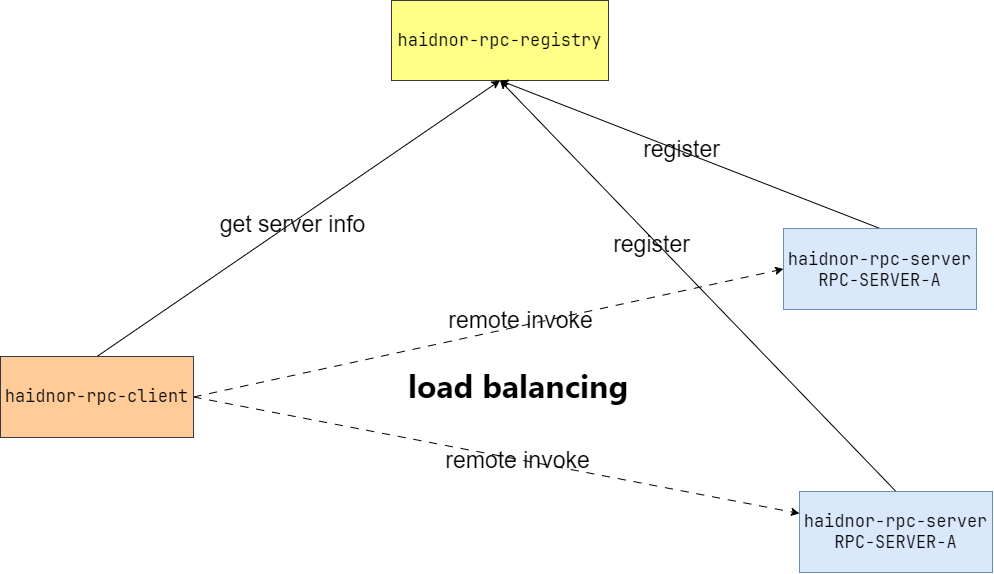
FranzHaidnor/haidnor-rpc keeps this draw.io diagram as doc/images/haidnor-rpc.png. Above is the earlier version. Source tidied: cells renumbered, new cells last; positions are measured from the earlier drawing's top-left corner, leaving out a move shared by most shapes.
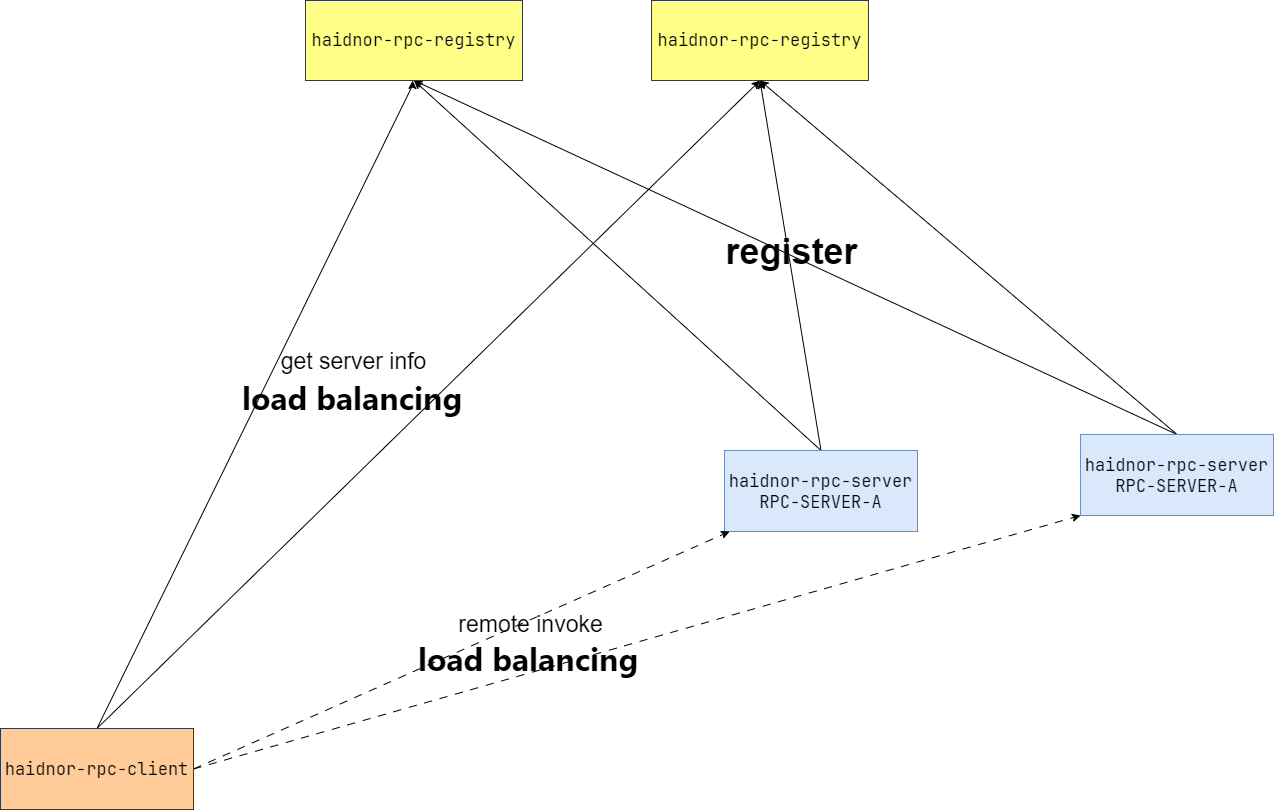
After the commit.

Diff of the diagram source:
```diff
@@ -3,59 +3,71 @@
     <mxCell id="0" />
     <mxCell id="1" parent="0" />
     <mxCell id="2" value="&lt;div style=&quot;font-family: &amp;quot;JetBrains Mono&amp;quot;, monospace; font-size: 17px;&quot;&gt;&lt;span style=&quot;font-size: 17px;&quot;&gt;haidnor-rpc-registry&lt;/span&gt;&lt;/div&gt;" style="rounded=0;whiteSpace=wrap;html=1;fillColor=#ffff88;strokeColor=#36393d;align=center;labelBackgroundColor=none;fontSize=17;" parent="1" vertex="1">
-      <mxGeometry x="391" width="217" height="80" as="geometry" />
+      <mxGeometry x="622" y="-128" width="217" height="80" as="geometry" />
     </mxCell>
     <mxCell id="3" style="rounded=0;jettySize=auto;html=1;exitX=0.5;exitY=0;exitDx=0;exitDy=0;entryX=0.5;entryY=1;entryDx=0;entryDy=0;fontColor=default;labelBackgroundColor=none;fontSize=23;" parent="1" edge="1" source="5" target="2">
       <mxGeometry relative="1" as="geometry" />
     </mxCell>
-    <mxCell id="4" value="register" style="edgeLabel;html=1;align=center;verticalAlign=middle;fontSize=23;fontColor=default;labelBackgroundColor=none;" parent="3" vertex="1">
-      <mxGeometry x="0.05" y="-2" relative="1" as="geometry">
-        <mxPoint x="-1" as="offset" />
-      </mxGeometry>
-    </mxCell>
+    <mxCell id="17" style="rounded=0;jettySize=auto;html=1;exitX=0.5;exitY=0;exitDx=0;exitDy=0;entryX=0.5;entryY=1;entryDx=0;entryDy=0;" parent="1" edge="1" source="5" target="20">
+      <mxGeometry relative="1" as="geometry" />
+    </mxCell>
     <mxCell id="5" value="&lt;div style=&quot;font-family: &amp;quot;JetBrains Mono&amp;quot;, monospace; font-size: 17px;&quot;&gt;haidnor-rpc-server&lt;/div&gt;&lt;div style=&quot;font-family: &amp;quot;JetBrains Mono&amp;quot;, monospace; font-size: 17px;&quot;&gt;RPC-SERVER-A&lt;br style=&quot;font-size: 17px;&quot;&gt;&lt;/div&gt;" style="rounded=0;whiteSpace=wrap;html=1;fillColor=#dae8fc;strokeColor=#6c8ebf;labelBackgroundColor=none;fontSize=17;" parent="1" vertex="1">
-      <mxGeometry x="783" y="228" width="193" height="81" as="geometry" />
+      <mxGeometry x="1051" y="306" width="193" height="81" as="geometry" />
     </mxCell>
     <mxCell id="6" style="rounded=0;jettySize=auto;html=1;exitX=0.5;exitY=0;exitDx=0;exitDy=0;entryX=0.5;entryY=1;entryDx=0;entryDy=0;fontColor=default;labelBackgroundColor=none;fontSize=23;" parent="1" edge="1" source="8" target="2">
       <mxGeometry relative="1" as="geometry" />
     </mxCell>
-    <mxCell id="7" value="register" style="edgeLabel;html=1;align=center;verticalAlign=middle;fontSize=23;fontColor=default;labelBackgroundColor=none;" parent="6" vertex="1">
+    <mxCell id="7" value="register" style="edgeLabel;html=1;align=center;verticalAlign=middle;fontSize=36;fontColor=default;labelBackgroundColor=none;fontStyle=1;" parent="6" vertex="1">
       <mxGeometry x="0.31" y="-1" relative="1" as="geometry">
-        <mxPoint x="14" y="22" as="offset" />
+        <mxPoint x="9" y="42" as="offset" />
       </mxGeometry>
     </mxCell>
+    <mxCell id="18" style="rounded=0;jettySize=auto;html=1;exitX=0.5;exitY=0;exitDx=0;exitDy=0;entryX=0.5;entryY=1;entryDx=0;entryDy=0;" parent="1" edge="1" source="8" target="20">
+      <mxGeometry relative="1" as="geometry" />
+    </mxCell>
     <mxCell id="8" value="&lt;div style=&quot;font-family: &amp;quot;JetBrains Mono&amp;quot;, monospace; font-size: 17px;&quot;&gt;haidnor-rpc-server&lt;/div&gt;&lt;div style=&quot;font-family: &amp;quot;JetBrains Mono&amp;quot;, monospace; font-size: 17px;&quot;&gt;RPC-SERVER-A&lt;/div&gt;" style="rounded=0;whiteSpace=wrap;html=1;fillColor=#dae8fc;strokeColor=#6c8ebf;labelBackgroundColor=none;fontSize=17;" parent="1" vertex="1">
-      <mxGeometry x="799" y="491" width="193" height="81" as="geometry" />
+      <mxGeometry x="695" y="322" width="193" height="81" as="geometry" />
     </mxCell>
-    <mxCell id="9" style="rounded=0;jettySize=auto;html=1;exitX=1;exitY=0.5;exitDx=0;exitDy=0;entryX=0;entryY=0.5;entryDx=0;entryDy=0;dashed=1;dashPattern=8 8;fontColor=default;labelBackgroundColor=none;fontSize=23;" parent="1" edge="1" source="15" target="5">
+    <mxCell id="9" style="rounded=0;jettySize=auto;html=1;exitX=1;exitY=0.5;exitDx=0;exitDy=0;entryX=0;entryY=1;entryDx=0;entryDy=0;dashed=1;dashPattern=8 8;fontColor=default;labelBackgroundColor=none;fontSize=23;" parent="1" edge="1" source="15" target="5">
       <mxGeometry relative="1" as="geometry" />
     </mxCell>
     <mxCell id="10" value="remote invoke" style="edgeLabel;html=1;align=center;verticalAlign=middle;fontSize=23;fontColor=default;labelBackgroundColor=none;" parent="9" vertex="1">
       <mxGeometry x="0.09" y="-3" relative="1" as="geometry">
-        <mxPoint x="3" y="-10" as="offset" />
+        <mxPoint x="-149" y="-10" as="offset" />
       </mxGeometry>
     </mxCell>
     <mxCell id="11" style="rounded=0;jettySize=auto;html=1;exitX=1;exitY=0.5;exitDx=0;exitDy=0;dashed=1;dashPattern=8 8;fontColor=default;labelBackgroundColor=none;fontSize=23;" parent="1" edge="1" source="15" target="8">
       <mxGeometry relative="1" as="geometry" />
     </mxCell>
-    <mxCell id="12" value="remote invoke" style="edgeLabel;html=1;align=center;verticalAlign=middle;fontSize=23;fontColor=default;labelBackgroundColor=none;" parent="11" vertex="1">
-      <mxGeometry x="0.11" y="4" relative="1" as="geometry">
-        <mxPoint x="-13" y="2" as="offset" />
-      </mxGeometry>
-    </mxCell>
     <mxCell id="13" style="rounded=0;jettySize=auto;html=1;exitX=0.5;exitY=0;exitDx=0;exitDy=0;entryX=0.5;entryY=1;entryDx=0;entryDy=0;startArrow=none;startFill=0;fontColor=default;labelBackgroundColor=none;fontSize=23;" parent="1" edge="1" source="15" target="2">
       <mxGeometry relative="1" as="geometry" />
     </mxCell>
     <mxCell id="14" value="&lt;font style=&quot;font-size: 23px;&quot;&gt;get server info&lt;/font&gt;" style="edgeLabel;html=1;align=center;verticalAlign=middle;fontColor=default;labelBackgroundColor=none;fontSize=23;" parent="13" vertex="1">
       <mxGeometry x="-0.04" relative="1" as="geometry">
-        <mxPoint y="1" as="offset" />
+        <mxPoint x="-64" y="-55" as="offset" />
       </mxGeometry>
     </mxCell>
+    <mxCell id="19" style="rounded=0;jettySize=auto;html=1;exitX=0.5;exitY=0;exitDx=0;exitDy=0;" parent="1" edge="1" source="15" target="20">
+      <mxGeometry relative="1" as="geometry">
+        <Array as="points">
+          <mxPoint x="383" y="-43" />
+        </Array>
+      </mxGeometry>
+    </mxCell>
     <mxCell id="15" value="&lt;div style=&quot;font-family: &amp;quot;JetBrains Mono&amp;quot;, monospace; font-size: 17px;&quot;&gt;haidnor-rpc-client&lt;/div&gt;" style="rounded=0;whiteSpace=wrap;html=1;fillColor=#ffcc99;strokeColor=#36393d;labelBackgroundColor=none;fontSize=17;" parent="1" vertex="1">
-      <mxGeometry y="356" width="193" height="81" as="geometry" />
+      <mxGeometry x="-29" y="600" width="193" height="81" as="geometry" />
     </mxCell>
     <mxCell id="16" value="&lt;span style=&quot;font-family: -apple-system, BlinkMacSystemFont, &amp;quot;Segoe UI&amp;quot;, &amp;quot;Noto Sans&amp;quot;, Helvetica, Arial, sans-serif, &amp;quot;apple color emoji&amp;quot;, &amp;quot;segoe ui emoji&amp;quot;; font-size: 32px; font-style: normal; font-variant-ligatures: normal; font-variant-caps: normal; letter-spacing: normal; orphans: 2; text-align: start; text-indent: 0px; text-transform: none; widows: 2; word-spacing: 0px; -webkit-text-stroke-width: 0px; text-decoration-thickness: initial; text-decoration-style: initial; text-decoration-color: initial; float: none; display: inline !important;&quot;&gt;load balancing&lt;/span&gt;" style="text;whiteSpace=wrap;html=1;fontSize=32;fontColor=default;labelBackgroundColor=none;fontStyle=1;" parent="1" vertex="1">
-      <mxGeometry x="406" y="359" width="261" height="48.5" as="geometry" />
+      <mxGeometry x="387" y="504" width="261" height="48.5" as="geometry" />
     </mxCell>
+    <mxCell id="20" value="&lt;div style=&quot;font-family: &amp;quot;JetBrains Mono&amp;quot;, monospace; font-size: 17px;&quot;&gt;&lt;span style=&quot;font-size: 17px;&quot;&gt;haidnor-rpc-registry&lt;/span&gt;&lt;/div&gt;" style="rounded=0;whiteSpace=wrap;html=1;fillColor=#ffff88;strokeColor=#36393d;align=center;labelBackgroundColor=none;fontSize=17;" parent="1" vertex="1">
+      <mxGeometry x="276" y="-128" width="217" height="80" as="geometry" />
+    </mxCell>
+    <mxCell id="21" value="&lt;span style=&quot;font-family: -apple-system, BlinkMacSystemFont, &amp;quot;Segoe UI&amp;quot;, &amp;quot;Noto Sans&amp;quot;, Helvetica, Arial, sans-serif, &amp;quot;apple color emoji&amp;quot;, &amp;quot;segoe ui emoji&amp;quot;; font-size: 32px; font-style: normal; font-variant-ligatures: normal; font-variant-caps: normal; letter-spacing: normal; orphans: 2; text-align: start; text-indent: 0px; text-transform: none; widows: 2; word-spacing: 0px; -webkit-text-stroke-width: 0px; text-decoration-thickness: initial; text-decoration-style: initial; text-decoration-color: initial; float: none; display: inline !important;&quot;&gt;load balancing&lt;/span&gt;" style="text;whiteSpace=wrap;html=1;fontSize=32;fontColor=default;labelBackgroundColor=none;fontStyle=1;" parent="1" vertex="1">
+      <mxGeometry x="211" y="243" width="261" height="48.5" as="geometry" />
+    </mxCell>
+    <mxCell id="22" style="edgeStyle=orthogonalEdgeStyle;rounded=0;orthogonalLoop=1;jettySize=auto;html=1;exitX=0.5;exitY=1;exitDx=0;exitDy=0;" parent="1" edge="1" source="21" target="21">
+      <mxGeometry relative="1" as="geometry" />
+    </mxCell>
   </root>
 </mxGraphModel>
```
